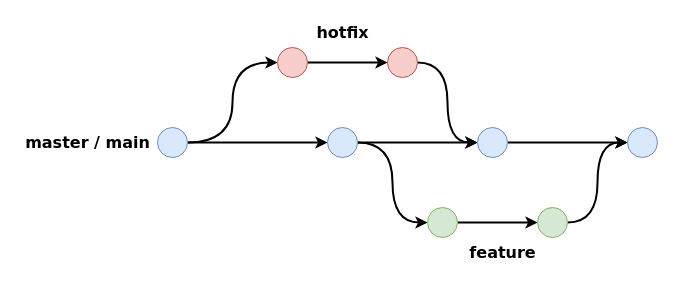
The draw.io diagram diagrama-github-flow.drawio in mrclalves/desenhos, before the edit. Source tidied: cells renumbered, new cells numbered last; positions are measured from the earlier drawing's top-left corner, leaving out a move shared by most shapes. Both pictures are drawn from the tidied source at 100%, with x=0, y=0 at pixel (17, 17).
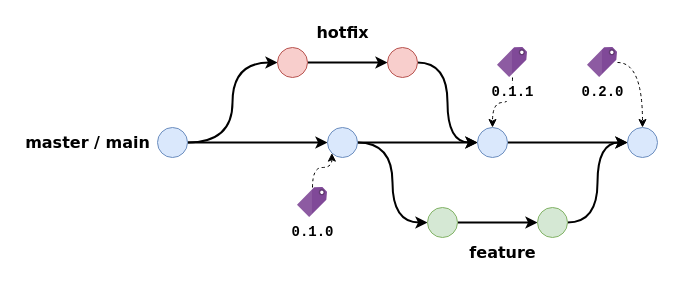
The same page after the edit.

Unchanged cells that the change refers to:
```xml
<mxCell id="10" style="ellipse;whiteSpace=wrap;html=1;fillColor=#dae8fc;strokeColor=#6c8ebf;" parent="1" vertex="1">
  <mxGeometry x="310" y="110" width="30" height="30" as="geometry" />
</mxCell>
<mxCell id="15" style="ellipse;whiteSpace=wrap;html=1;fillColor=#dae8fc;strokeColor=#6c8ebf;" parent="1" vertex="1">
  <mxGeometry x="610" y="110" width="30" height="30" as="geometry" />
</mxCell>
<mxCell id="19" style="ellipse;whiteSpace=wrap;html=1;fillColor=#dae8fc;strokeColor=#6c8ebf;" parent="1" vertex="1">
  <mxGeometry x="460" y="110" width="30" height="30" as="geometry" />
</mxCell>
```

Change to the diagram source:
```diff
@@
+    <mxCell id="22" style="edgeStyle=orthogonalEdgeStyle;rounded=0;jettySize=auto;html=1;entryX=0;entryY=1;entryDx=0;entryDy=0;curved=1;dashed=1;" parent="1" edge="1" source="23" target="10">
+      <mxGeometry relative="1" as="geometry" />
+    </mxCell>
+    <mxCell id="23" value="&lt;font style=&quot;font-size: 14px;&quot; face=&quot;Courier New&quot;&gt;&lt;b style=&quot;&quot;&gt;0.1.0&lt;/b&gt;&lt;/font&gt;" style="image;sketch=0;html=1;points=[];align=center;fontSize=12;image=img/lib/mscae/Tag.svg;" parent="1" vertex="1">
+      <mxGeometry x="280" y="170" width="30" height="30" as="geometry" />
+    </mxCell>
+    <mxCell id="24" style="edgeStyle=orthogonalEdgeStyle;rounded=0;jettySize=auto;html=1;entryX=0.5;entryY=0;entryDx=0;entryDy=0;curved=1;dashed=1;" parent="1" edge="1" source="25" target="19">
+      <mxGeometry relative="1" as="geometry" />
+    </mxCell>
+    <mxCell id="25" value="&lt;font style=&quot;font-size: 14px;&quot; face=&quot;Courier New&quot;&gt;&lt;b style=&quot;&quot;&gt;0.1.1&lt;/b&gt;&lt;/font&gt;" style="image;sketch=0;html=1;points=[];align=center;fontSize=12;image=img/lib/mscae/Tag.svg;" parent="1" vertex="1">
+      <mxGeometry x="480" y="30" width="30" height="30" as="geometry" />
+    </mxCell>
+    <mxCell id="26" style="edgeStyle=orthogonalEdgeStyle;rounded=0;jettySize=auto;html=1;entryX=0.5;entryY=0;entryDx=0;entryDy=0;curved=1;dashed=1;" parent="1" edge="1" source="27" target="15">
+      <mxGeometry relative="1" as="geometry" />
+    </mxCell>
+    <mxCell id="27" value="&lt;font style=&quot;font-size: 14px;&quot; face=&quot;Courier New&quot;&gt;&lt;b style=&quot;&quot;&gt;0.2.0&lt;/b&gt;&lt;/font&gt;" style="image;sketch=0;html=1;points=[];align=center;fontSize=12;image=img/lib/mscae/Tag.svg;" parent="1" vertex="1">
+      <mxGeometry x="570" y="30" width="30" height="30" as="geometry" />
+    </mxCell>
```
